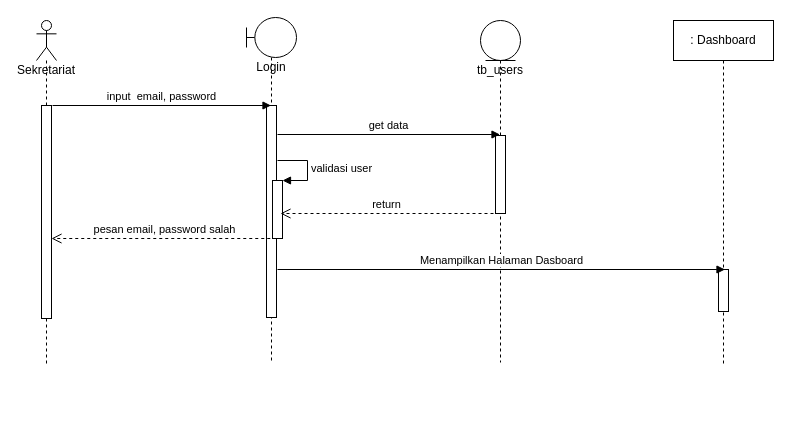
Before: page "login" (5 of 7) of UML/FILE drawio/3. SEQUENCE DIAGRAM/SEQUENCE DIAGRAM.drawio in Rusadi-0/KULIAH, a draw.io diagram. Source tidied: cells renumbered, new cells numbered last; positions are measured from the earlier drawing's top-left corner, leaving out a move shared by most shapes. Both pictures are drawn from the tidied source at 100%, with x=0, y=0 at pixel (36, 17).
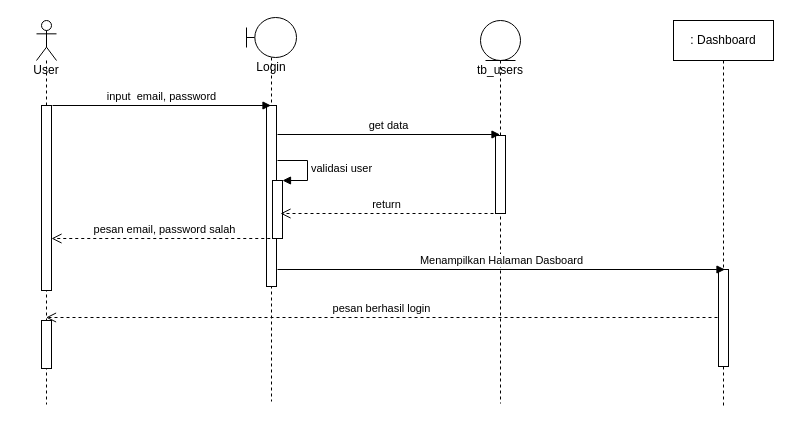
The same diagram, later.

Change to the diagram source:
```diff
@@
-    <mxCell id="2" value="Sekretariat" style="shape=umlLifeline;participant=umlActor;perimeter=lifelinePerimeter;whiteSpace=wrap;html=1;verticalAlign=top;spacingTop=36;outlineConnect=0;" parent="1" vertex="1">
-      <mxGeometry y="3" width="20" height="344" as="geometry" />
+    <mxCell id="2" value="User" style="shape=umlLifeline;participant=umlActor;perimeter=lifelinePerimeter;whiteSpace=wrap;html=1;verticalAlign=top;spacingTop=36;outlineConnect=0;" parent="1" vertex="1">
+      <mxGeometry y="3" width="20" height="384" as="geometry" />
     </mxCell>
     <mxCell id="3" style="html=1;points=[];perimeter=orthogonalPerimeter;" parent="2" vertex="1">
-      <mxGeometry x="5" y="85" width="10" height="213" as="geometry" />
+      <mxGeometry x="5" y="85" width="10" height="185" as="geometry" />
     </mxCell>
+    <mxCell id="17" style="html=1;perimeter=orthogonalPerimeter;" parent="2" vertex="1">
+      <mxGeometry x="5" y="300" width="10" height="48" as="geometry" />
+    </mxCell>
     <mxCell id="4" value="tb_users" style="shape=umlLifeline;participant=umlEntity;perimeter=lifelinePerimeter;whiteSpace=wrap;html=1;verticalAlign=top;spacingTop=36;outlineConnect=0;" parent="1" vertex="1">
-      <mxGeometry x="444" y="3" width="40" height="342" as="geometry" />
+      <mxGeometry x="444" y="3" width="40" height="383" as="geometry" />
     </mxCell>
@@
     <mxCell id="6" value="Login" style="shape=umlLifeline;participant=umlBoundary;perimeter=lifelinePerimeter;whiteSpace=wrap;html=1;verticalAlign=top;spacingTop=36;outlineConnect=0;" parent="1" vertex="1">
-      <mxGeometry x="210" width="50" height="344" as="geometry" />
+      <mxGeometry x="210" width="50" height="384" as="geometry" />
     </mxCell>
     <mxCell id="7" style="html=1;perimeter=orthogonalPerimeter;" parent="6" vertex="1">
-      <mxGeometry x="20" y="88" width="10" height="212" as="geometry" />
+      <mxGeometry x="20" y="88" width="10" height="181" as="geometry" />
     </mxCell>
@@
     <mxCell id="13" value=": Dashboard" style="shape=umlLifeline;perimeter=lifelinePerimeter;whiteSpace=wrap;html=1;" parent="1" vertex="1">
-      <mxGeometry x="637" y="3" width="100" height="344" as="geometry" />
+      <mxGeometry x="637" y="3" width="100" height="387" as="geometry" />
     </mxCell>
     <mxCell id="14" style="html=1;perimeter=orthogonalPerimeter;" parent="13" vertex="1">
-      <mxGeometry x="45" y="249" width="10" height="42" as="geometry" />
+      <mxGeometry x="45" y="249" width="10" height="97" as="geometry" />
     </mxCell>
@@
+    <mxCell id="18" value="pesan berhasil login" style="html=1;verticalAlign=bottom;endArrow=open;dashed=1;endSize=8;rounded=0;" parent="1" edge="1" target="2">
+      <mxGeometry relative="1" as="geometry">
+        <mxPoint x="681" y="300" as="sourcePoint" />
+      </mxGeometry>
+    </mxCell>
```
